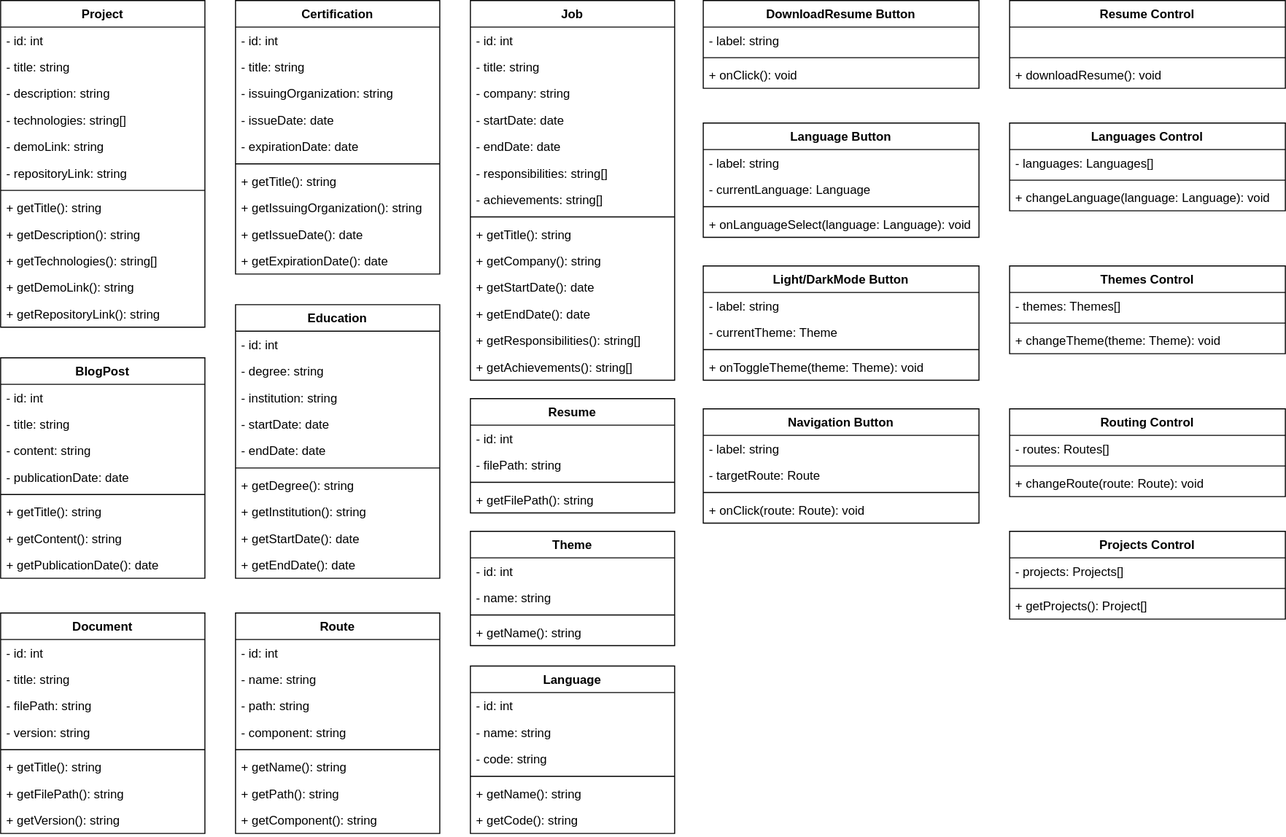
This is documents/ClassDiagram.svg from larr97/portfolio-project, a draw.io export, as it was before one commit. Source tidied: cells renumbered, new cells last; positions are measured from the earlier drawing's top-left corner, leaving out a move shared by most shapes.
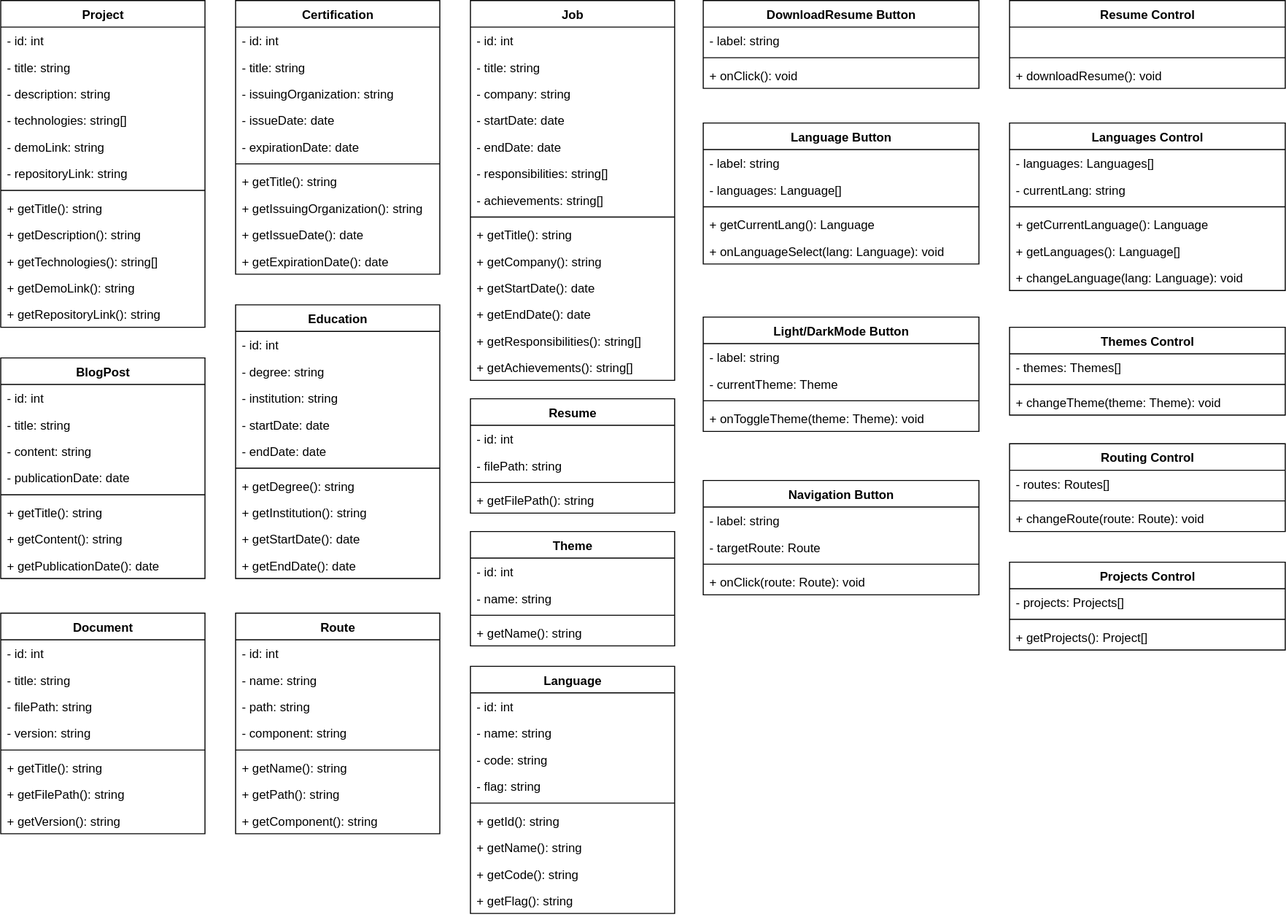
Later version of the same file.

Diff of the diagram source:
```diff
@@ -263,8 +263,8 @@
     <mxCell id="88" value="+ getName(): string" style="text;strokeColor=none;fillColor=none;align=left;verticalAlign=top;spacingLeft=4;spacingRight=4;overflow=hidden;whiteSpace=wrap;html=1;" parent="84" vertex="1">
       <mxGeometry y="86" width="200" height="26" as="geometry" />
     </mxCell>
-    <mxCell id="89" value="&lt;b style=&quot;--tw-scale-x: 1; --tw-scale-y: 1; --tw-pan-x: ; --tw-pan-y: ; --tw-pinch-zoom: ; --tw-scroll-snap-strictness: proximity; --tw-gradient-from-position: ; --tw-gradient-via-position: ; --tw-gradient-to-position: ; --tw-ordinal: ; --tw-slashed-zero: ; --tw-numeric-figure: ; --tw-numeric-spacing: ; --tw-numeric-fraction: ; --tw-ring-inset: ; --tw-ring-offset-width: 0px; --tw-ring-offset-color: #fff; --tw-ring-color: rgb(59 130 246 / .5); --tw-ring-offset-shadow: 0 0 #0000; --tw-ring-shadow: 0 0 #0000; --tw-shadow: 0 0 #0000; --tw-shadow-colored: 0 0 #0000; --tw-blur: ; --tw-brightness: ; --tw-contrast: ; --tw-grayscale: ; --tw-hue-rotate: ; --tw-invert: ; --tw-saturate: ; --tw-sepia: ; --tw-drop-shadow: ; --tw-backdrop-blur: ; --tw-backdrop-brightness: ; --tw-backdrop-contrast: ; --tw-backdrop-grayscale: ; --tw-backdrop-hue-rotate: ; --tw-backdrop-invert: ; --tw-backdrop-opacity: ; --tw-backdrop-saturate: ; --tw-backdrop-sepia: ;&quot;&gt;Language&lt;/b&gt;" style="swimlane;fontStyle=1;align=center;verticalAlign=top;horizontal=1;startSize=26;whiteSpace=wrap;html=1;" parent="1" vertex="1">
-      <mxGeometry x="460" y="652" width="200" height="164" as="geometry" />
+    <mxCell id="89" value="&lt;b style=&quot;--tw-scale-x: 1; --tw-scale-y: 1; --tw-pan-x: ; --tw-pan-y: ; --tw-pinch-zoom: ; --tw-scroll-snap-strictness: proximity; --tw-gradient-from-position: ; --tw-gradient-via-position: ; --tw-gradient-to-position: ; --tw-ordinal: ; --tw-slashed-zero: ; --tw-numeric-figure: ; --tw-numeric-spacing: ; --tw-numeric-fraction: ; --tw-ring-inset: ; --tw-ring-offset-width: 0px; --tw-ring-offset-color: #fff; --tw-ring-color: rgb(59 130 246 / .5); --tw-ring-offset-shadow: 0 0 #0000; --tw-ring-shadow: 0 0 #0000; --tw-shadow: 0 0 #0000; --tw-shadow-colored: 0 0 #0000; --tw-blur: ; --tw-brightness: ; --tw-contrast: ; --tw-grayscale: ; --tw-hue-rotate: ; --tw-invert: ; --tw-saturate: ; --tw-sepia: ; --tw-drop-shadow: ; --tw-backdrop-blur: ; --tw-backdrop-brightness: ; --tw-backdrop-contrast: ; --tw-backdrop-grayscale: ; --tw-backdrop-hue-rotate: ; --tw-backdrop-invert: ; --tw-backdrop-opacity: ; --tw-backdrop-saturate: ; --tw-backdrop-sepia: ;&quot;&gt;Language&lt;/b&gt;" style="swimlane;fontStyle=1;align=center;verticalAlign=top;horizontal=1;startSize=26;whiteSpace=wrap;html=1;fillColor=#FFFFFF;" parent="1" vertex="1">
+      <mxGeometry x="460" y="652" width="200" height="242" as="geometry" />
     </mxCell>
     <mxCell id="90" value="- id: int" style="text;strokeColor=none;fillColor=none;align=left;verticalAlign=top;spacingLeft=4;spacingRight=4;overflow=hidden;whiteSpace=wrap;html=1;" parent="89" vertex="1">
       <mxGeometry y="26" width="200" height="26" as="geometry" />
@@ -275,15 +275,24 @@
     <mxCell id="92" value="- code: string" style="text;strokeColor=none;fillColor=none;align=left;verticalAlign=top;spacingLeft=4;spacingRight=4;overflow=hidden;whiteSpace=wrap;html=1;" parent="89" vertex="1">
       <mxGeometry y="78" width="200" height="26" as="geometry" />
     </mxCell>
+    <mxCell id="135" value="- flag: string" style="text;strokeColor=none;fillColor=none;align=left;verticalAlign=top;spacingLeft=4;spacingRight=4;overflow=hidden;whiteSpace=wrap;html=1;" parent="89" vertex="1">
+      <mxGeometry y="104" width="200" height="26" as="geometry" />
+    </mxCell>
     <mxCell id="93" style="line;strokeWidth=1;fillColor=none;align=left;verticalAlign=middle;spacingTop=-1;spacingLeft=3;spacingRight=3;labelPosition=right;strokeColor=inherit;" parent="89" vertex="1">
-      <mxGeometry y="104" width="200" height="8" as="geometry" />
+      <mxGeometry y="130" width="200" height="8" as="geometry" />
     </mxCell>
+    <mxCell id="136" value="+ getId(): string" style="text;strokeColor=none;fillColor=none;align=left;verticalAlign=top;spacingLeft=4;spacingRight=4;overflow=hidden;whiteSpace=wrap;html=1;" parent="89" vertex="1">
+      <mxGeometry y="138" width="200" height="26" as="geometry" />
+    </mxCell>
+    <mxCell id="137" value="+ getName(): string" style="text;strokeColor=none;fillColor=none;align=left;verticalAlign=top;spacingLeft=4;spacingRight=4;overflow=hidden;whiteSpace=wrap;html=1;" parent="89" vertex="1">
+      <mxGeometry y="164" width="200" height="26" as="geometry" />
+    </mxCell>
+    <mxCell id="95" value="+ getCode(): string" style="text;strokeColor=none;fillColor=none;align=left;verticalAlign=top;spacingLeft=4;spacingRight=4;overflow=hidden;whiteSpace=wrap;html=1;" parent="89" vertex="1">
+      <mxGeometry y="190" width="200" height="26" as="geometry" />
+    </mxCell>
-    <mxCell id="94" value="+ getName(): string" style="text;strokeColor=none;fillColor=none;align=left;verticalAlign=top;spacingLeft=4;spacingRight=4;overflow=hidden;whiteSpace=wrap;html=1;" parent="89" vertex="1">
-      <mxGeometry y="112" width="200" height="26" as="geometry" />
+    <mxCell id="94" value="+ getFlag(): string" style="text;strokeColor=none;fillColor=none;align=left;verticalAlign=top;spacingLeft=4;spacingRight=4;overflow=hidden;whiteSpace=wrap;html=1;" parent="89" vertex="1">
+      <mxGeometry y="216" width="200" height="26" as="geometry" />
     </mxCell>
-    <mxCell id="95" value="+ getCode(): string" style="text;strokeColor=none;fillColor=none;align=left;verticalAlign=top;spacingLeft=4;spacingRight=4;overflow=hidden;whiteSpace=wrap;html=1;" parent="89" vertex="1">
-      <mxGeometry y="138" width="200" height="26" as="geometry" />
-    </mxCell>
     <mxCell id="96" value="&lt;b style=&quot;--tw-scale-x: 1; --tw-scale-y: 1; --tw-pan-x: ; --tw-pan-y: ; --tw-pinch-zoom: ; --tw-scroll-snap-strictness: proximity; --tw-gradient-from-position: ; --tw-gradient-via-position: ; --tw-gradient-to-position: ; --tw-ordinal: ; --tw-slashed-zero: ; --tw-numeric-figure: ; --tw-numeric-spacing: ; --tw-numeric-fraction: ; --tw-ring-inset: ; --tw-ring-offset-width: 0px; --tw-ring-offset-color: light-dark(#fff, #000000); --tw-ring-color: rgb(59 130 246 / .5); --tw-ring-offset-shadow: 0 0 #0000; --tw-ring-shadow: 0 0 #0000; --tw-shadow: 0 0 #0000; --tw-shadow-colored: 0 0 #0000; --tw-blur: ; --tw-brightness: ; --tw-contrast: ; --tw-grayscale: ; --tw-hue-rotate: ; --tw-invert: ; --tw-saturate: ; --tw-sepia: ; --tw-drop-shadow: ; --tw-backdrop-blur: ; --tw-backdrop-brightness: ; --tw-backdrop-contrast: ; --tw-backdrop-grayscale: ; --tw-backdrop-hue-rotate: ; --tw-backdrop-invert: ; --tw-backdrop-opacity: ; --tw-backdrop-saturate: ; --tw-backdrop-sepia: ;&quot;&gt;DownloadResume Button&lt;/b&gt;" style="swimlane;fontStyle=1;align=center;verticalAlign=top;horizontal=1;startSize=26;whiteSpace=wrap;html=1;" parent="1" vertex="1">
       <mxGeometry x="688" width="270" height="86" as="geometry" />
     </mxCell>
@@ -296,23 +305,26 @@
     <mxCell id="99" value="+ onClick(): void" style="text;strokeColor=none;fillColor=none;align=left;verticalAlign=top;spacingLeft=4;spacingRight=4;overflow=hidden;whiteSpace=wrap;html=1;" parent="96" vertex="1">
       <mxGeometry y="60" width="270" height="26" as="geometry" />
     </mxCell>
-    <mxCell id="100" value="Language Button" style="swimlane;fontStyle=1;align=center;verticalAlign=top;horizontal=1;startSize=26;whiteSpace=wrap;html=1;" parent="1" vertex="1">
-      <mxGeometry x="688" y="120" width="270" height="112" as="geometry" />
+    <mxCell id="100" value="Language Button" style="swimlane;fontStyle=1;align=center;verticalAlign=top;horizontal=1;startSize=26;whiteSpace=wrap;html=1;fillColor=#FFFFFF;" parent="1" vertex="1">
+      <mxGeometry x="688" y="120" width="270" height="138" as="geometry" />
     </mxCell>
     <mxCell id="101" value="- label: string" style="text;strokeColor=none;fillColor=none;align=left;verticalAlign=top;spacingLeft=4;spacingRight=4;overflow=hidden;whiteSpace=wrap;html=1;" parent="100" vertex="1">
       <mxGeometry y="26" width="270" height="26" as="geometry" />
     </mxCell>
-    <mxCell id="102" value="- currentLanguage: Language" style="text;strokeColor=none;fillColor=none;align=left;verticalAlign=top;spacingLeft=4;spacingRight=4;overflow=hidden;whiteSpace=wrap;html=1;" parent="100" vertex="1">
-      <mxGeometry y="52" width="270" height="26" as="geometry" />
-    </mxCell>
+    <mxCell id="138" value="- languages: Language[]" style="text;strokeColor=none;fillColor=none;align=left;verticalAlign=top;spacingLeft=4;spacingRight=4;overflow=hidden;whiteSpace=wrap;html=1;" parent="100" vertex="1">
+      <mxGeometry y="52" width="270" height="26" as="geometry" />
+    </mxCell>
     <mxCell id="103" style="line;strokeWidth=1;fillColor=none;align=left;verticalAlign=middle;spacingTop=-1;spacingLeft=3;spacingRight=3;labelPosition=right;strokeColor=inherit;" parent="100" vertex="1">
       <mxGeometry y="78" width="270" height="8" as="geometry" />
     </mxCell>
+    <mxCell id="139" value="+ getCurrentLang(): Language" style="text;strokeColor=none;fillColor=none;align=left;verticalAlign=top;spacingLeft=4;spacingRight=4;overflow=hidden;whiteSpace=wrap;html=1;" parent="100" vertex="1">
+      <mxGeometry y="86" width="270" height="26" as="geometry" />
+    </mxCell>
-    <mxCell id="104" value="+ onLanguageSelect(language: Language): void" style="text;strokeColor=none;fillColor=none;align=left;verticalAlign=top;spacingLeft=4;spacingRight=4;overflow=hidden;whiteSpace=wrap;html=1;" parent="100" vertex="1">
-      <mxGeometry y="86" width="270" height="26" as="geometry" />
+    <mxCell id="104" value="+ onLanguageSelect(lang: Language): void" style="text;strokeColor=none;fillColor=none;align=left;verticalAlign=top;spacingLeft=4;spacingRight=4;overflow=hidden;whiteSpace=wrap;html=1;" parent="100" vertex="1">
+      <mxGeometry y="112" width="270" height="26" as="geometry" />
     </mxCell>
     <mxCell id="105" value="&lt;span style=&quot;background-color: transparent; color: light-dark(rgb(0, 0, 0), rgb(255, 255, 255));&quot;&gt;Light/DarkMode Button&lt;/span&gt;" style="swimlane;fontStyle=1;align=center;verticalAlign=top;horizontal=1;startSize=26;whiteSpace=wrap;html=1;" parent="1" vertex="1">
-      <mxGeometry x="688" y="260" width="270" height="112" as="geometry" />
+      <mxGeometry x="688" y="310" width="270" height="112" as="geometry" />
     </mxCell>
     <mxCell id="106" value="- label: string" style="text;strokeColor=none;fillColor=none;align=left;verticalAlign=top;spacingLeft=4;spacingRight=4;overflow=hidden;whiteSpace=wrap;html=1;" parent="105" vertex="1">
       <mxGeometry y="26" width="270" height="26" as="geometry" />
@@ -327,7 +339,7 @@
       <mxGeometry y="86" width="270" height="26" as="geometry" />
     </mxCell>
     <mxCell id="110" value="&lt;span style=&quot;background-color: transparent; color: light-dark(rgb(0, 0, 0), rgb(255, 255, 255));&quot;&gt;Navigation Button&lt;/span&gt;" style="swimlane;fontStyle=1;align=center;verticalAlign=top;horizontal=1;startSize=26;whiteSpace=wrap;html=1;" parent="1" vertex="1">
-      <mxGeometry x="688" y="400" width="270" height="112" as="geometry" />
+      <mxGeometry x="688" y="470" width="270" height="112" as="geometry" />
     </mxCell>
     <mxCell id="111" value="- label: string" style="text;strokeColor=none;fillColor=none;align=left;verticalAlign=top;spacingLeft=4;spacingRight=4;overflow=hidden;whiteSpace=wrap;html=1;" parent="110" vertex="1">
       <mxGeometry y="26" width="270" height="26" as="geometry" />
@@ -353,20 +365,29 @@
     <mxCell id="118" value="+ downloadResume(): void" style="text;strokeColor=none;fillColor=none;align=left;verticalAlign=top;spacingLeft=4;spacingRight=4;overflow=hidden;whiteSpace=wrap;html=1;" parent="115" vertex="1">
       <mxGeometry y="60" width="270" height="26" as="geometry" />
     </mxCell>
-    <mxCell id="119" value="Languages Control" style="swimlane;fontStyle=1;align=center;verticalAlign=top;horizontal=1;startSize=26;whiteSpace=wrap;html=1;" parent="1" vertex="1">
-      <mxGeometry x="988" y="120" width="270" height="86" as="geometry" />
+    <mxCell id="119" value="Languages Control" style="swimlane;fontStyle=1;align=center;verticalAlign=top;horizontal=1;startSize=26;whiteSpace=wrap;html=1;fillColor=#FFFFFF;" parent="1" vertex="1">
+      <mxGeometry x="988" y="120" width="270" height="164" as="geometry" />
     </mxCell>
     <mxCell id="120" value="- languages: Languages[]" style="text;strokeColor=none;fillColor=none;align=left;verticalAlign=top;spacingLeft=4;spacingRight=4;overflow=hidden;whiteSpace=wrap;html=1;" parent="119" vertex="1">
       <mxGeometry y="26" width="270" height="26" as="geometry" />
     </mxCell>
+    <mxCell id="140" value="- currentLang: string" style="text;strokeColor=none;fillColor=none;align=left;verticalAlign=top;spacingLeft=4;spacingRight=4;overflow=hidden;whiteSpace=wrap;html=1;" parent="119" vertex="1">
+      <mxGeometry y="52" width="270" height="26" as="geometry" />
+    </mxCell>
     <mxCell id="121" style="line;strokeWidth=1;fillColor=none;align=left;verticalAlign=middle;spacingTop=-1;spacingLeft=3;spacingRight=3;labelPosition=right;strokeColor=inherit;" parent="119" vertex="1">
-      <mxGeometry y="52" width="270" height="8" as="geometry" />
+      <mxGeometry y="78" width="270" height="8" as="geometry" />
     </mxCell>
+    <mxCell id="141" value="+ getCurrentLanguage(): Language" style="text;strokeColor=none;fillColor=none;align=left;verticalAlign=top;spacingLeft=4;spacingRight=4;overflow=hidden;whiteSpace=wrap;html=1;" parent="119" vertex="1">
+      <mxGeometry y="86" width="270" height="26" as="geometry" />
+    </mxCell>
+    <mxCell id="142" value="+ getLanguages(): Language[]" style="text;strokeColor=none;fillColor=none;align=left;verticalAlign=top;spacingLeft=4;spacingRight=4;overflow=hidden;whiteSpace=wrap;html=1;" parent="119" vertex="1">
+      <mxGeometry y="112" width="270" height="26" as="geometry" />
+    </mxCell>
-    <mxCell id="122" value="+ changeLanguage(language: Language): void" style="text;strokeColor=none;fillColor=none;align=left;verticalAlign=top;spacingLeft=4;spacingRight=4;overflow=hidden;whiteSpace=wrap;html=1;" parent="119" vertex="1">
-      <mxGeometry y="60" width="270" height="26" as="geometry" />
+    <mxCell id="122" value="+ changeLanguage(lang: Language): void" style="text;strokeColor=none;fillColor=none;align=left;verticalAlign=top;spacingLeft=4;spacingRight=4;overflow=hidden;whiteSpace=wrap;html=1;" parent="119" vertex="1">
+      <mxGeometry y="138" width="270" height="26" as="geometry" />
     </mxCell>
     <mxCell id="123" value="Themes Control" style="swimlane;fontStyle=1;align=center;verticalAlign=top;horizontal=1;startSize=26;whiteSpace=wrap;html=1;" parent="1" vertex="1">
-      <mxGeometry x="988" y="260" width="270" height="86" as="geometry" />
+      <mxGeometry x="988" y="320" width="270" height="86" as="geometry" />
     </mxCell>
     <mxCell id="124" value="- themes: Themes[]" style="text;strokeColor=none;fillColor=none;align=left;verticalAlign=top;spacingLeft=4;spacingRight=4;overflow=hidden;whiteSpace=wrap;html=1;" parent="123" vertex="1">
       <mxGeometry y="26" width="270" height="26" as="geometry" />
@@ -378,7 +399,7 @@
       <mxGeometry y="60" width="270" height="26" as="geometry" />
     </mxCell>
     <mxCell id="127" value="Routing Control" style="swimlane;fontStyle=1;align=center;verticalAlign=top;horizontal=1;startSize=26;whiteSpace=wrap;html=1;" parent="1" vertex="1">
-      <mxGeometry x="988" y="400" width="270" height="86" as="geometry" />
+      <mxGeometry x="988" y="434" width="270" height="86" as="geometry" />
     </mxCell>
     <mxCell id="128" value="- routes: Routes[]" style="text;strokeColor=none;fillColor=none;align=left;verticalAlign=top;spacingLeft=4;spacingRight=4;overflow=hidden;whiteSpace=wrap;html=1;" parent="127" vertex="1">
       <mxGeometry y="26" width="270" height="26" as="geometry" />
@@ -390,7 +411,7 @@
       <mxGeometry y="60" width="270" height="26" as="geometry" />
     </mxCell>
     <mxCell id="131" value="Projects&amp;nbsp;Control" style="swimlane;fontStyle=1;align=center;verticalAlign=top;horizontal=1;startSize=26;whiteSpace=wrap;html=1;" parent="1" vertex="1">
-      <mxGeometry x="988" y="520" width="270" height="86" as="geometry" />
+      <mxGeometry x="988" y="550" width="270" height="86" as="geometry" />
     </mxCell>
     <mxCell id="132" value="- projects: Projects[]" style="text;strokeColor=none;fillColor=none;align=left;verticalAlign=top;spacingLeft=4;spacingRight=4;overflow=hidden;whiteSpace=wrap;html=1;" parent="131" vertex="1">
       <mxGeometry y="26" width="270" height="26" as="geometry" />
```
